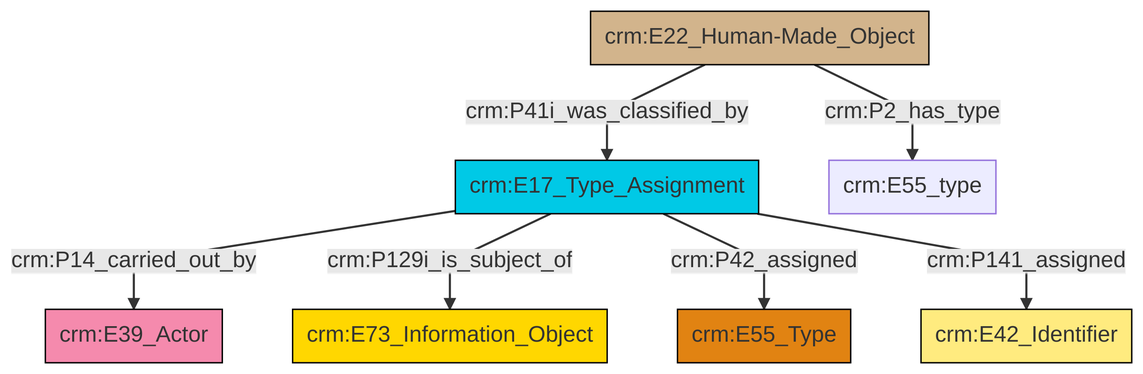
swiss-art-research-net/reference-data-models keeps this Mermaid diagram as et/builtWorkCSV/ttl/mmd/png/Built_Work_designation_status.png. Above is the earlier version. Its source is kept beside it as et/builtWorkCSV/ttl/mmd/Built_Work_designation_status.ttl.mmd.
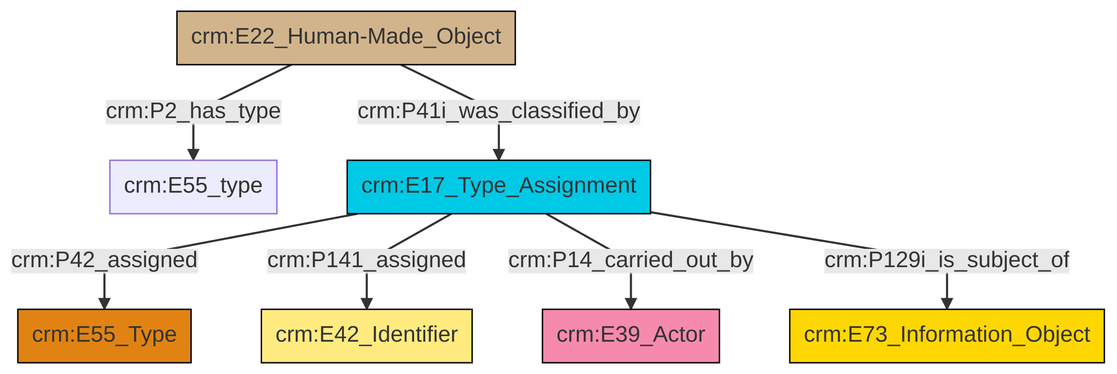
After the change.

The edit, as a diff of the source:
```diff
@@ -13,9 +13,9 @@
 classDef PC_Classes fill:#4ce600, stroke:#000000;
 classDef Multi fill:#cccccc,stroke:#000000;
 
-2["crm:E17_Type_Assignment"]:::Temporal_Entity -->|crm:P14_carried_out_by| 3["crm:E39_Actor"]:::Actor
-2["crm:E17_Type_Assignment"]:::Temporal_Entity -->|crm:P129i_is_subject_of| 4["crm:E73_Information_Object"]:::Conceptual_Object
-2["crm:E17_Type_Assignment"]:::Temporal_Entity -->|crm:P42_assigned| 7["crm:E55_Type"]:::Type
-2["crm:E17_Type_Assignment"]:::Temporal_Entity -->|crm:P141_assigned| 0["crm:E42_Identifier"]:::Appellation
-13["crm:E22_Human-Made_Object"]:::Physical_Thing -->|crm:P2_has_type| 10["crm:E55_type"]:::Default
-13["crm:E22_Human-Made_Object"]:::Physical_Thing -->|crm:P41i_was_classified_by| 2["crm:E17_Type_Assignment"]:::Temporal_Entity
+4["crm:E17_Type_Assignment"]:::Temporal_Entity -->|crm:P42_assigned| 5["crm:E55_Type"]:::Type
+4["crm:E17_Type_Assignment"]:::Temporal_Entity -->|crm:P141_assigned| 9["crm:E42_Identifier"]:::Appellation
+4["crm:E17_Type_Assignment"]:::Temporal_Entity -->|crm:P14_carried_out_by| 2["crm:E39_Actor"]:::Actor
+11["crm:E22_Human-Made_Object"]:::Physical_Thing -->|crm:P2_has_type| 0["crm:E55_type"]:::Default
+4["crm:E17_Type_Assignment"]:::Temporal_Entity -->|crm:P129i_is_subject_of| 7["crm:E73_Information_Object"]:::Conceptual_Object
+11["crm:E22_Human-Made_Object"]:::Physical_Thing -->|crm:P41i_was_classified_by| 4["crm:E17_Type_Assignment"]:::Temporal_Entity
```
